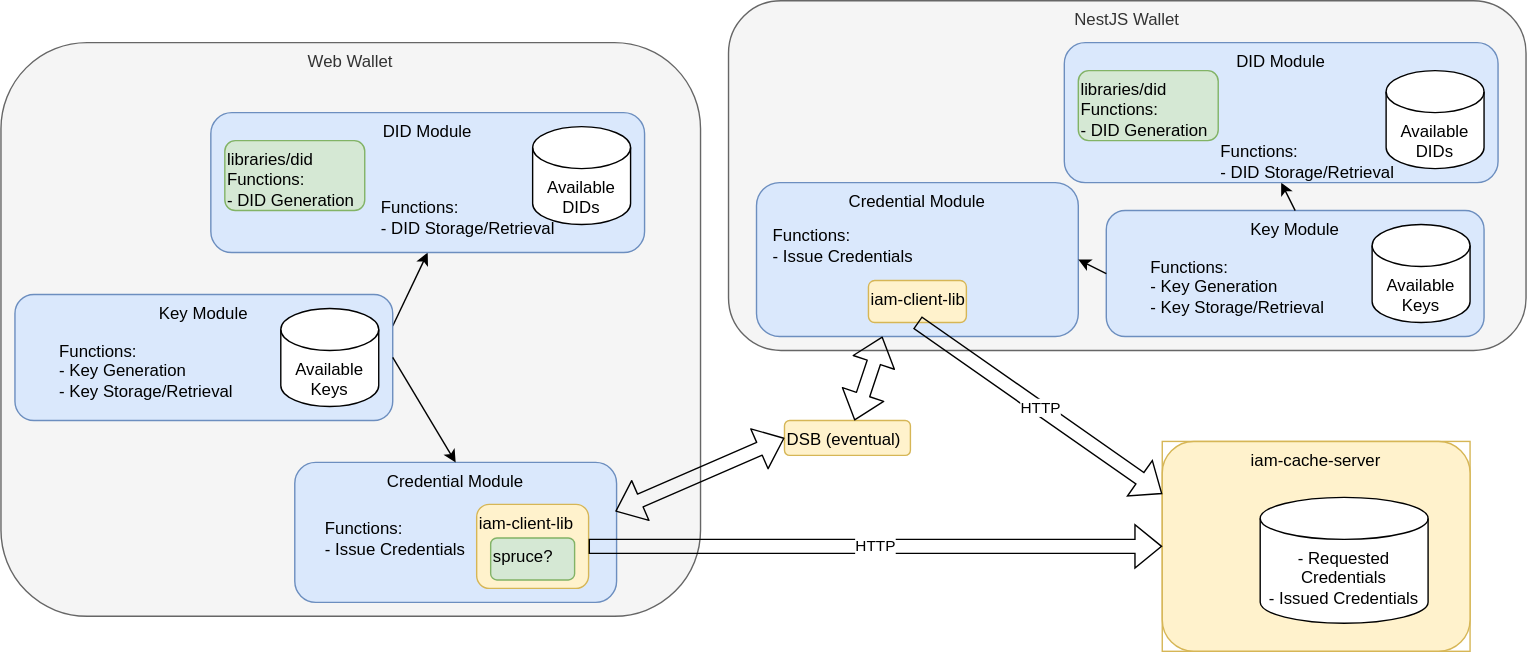
Earlier version of the draw.io export ssi-wallet-architecture.drawio.svg (openwallet-foundation-labs/vc-api). Source tidied: cells renumbered, new cells last; positions are measured from the earlier drawing's top-left corner, leaving out a move shared by most shapes.
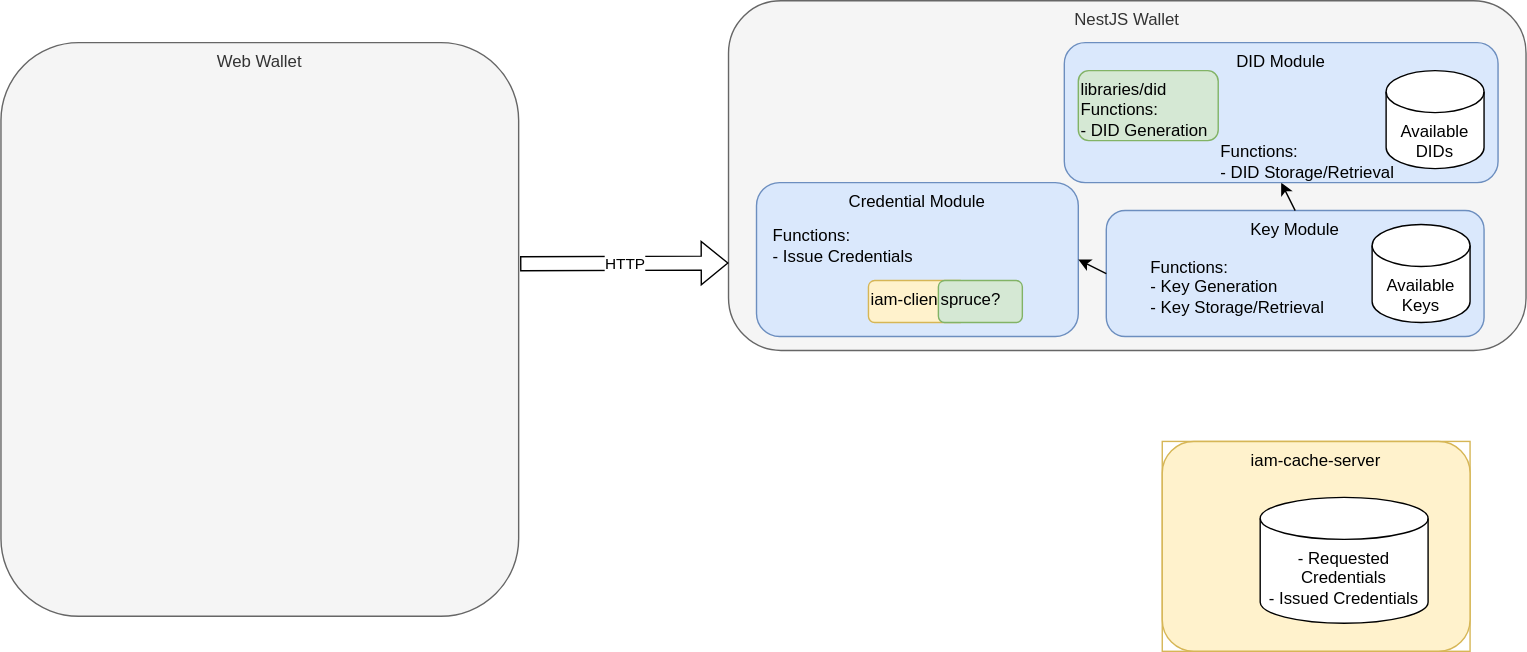
The same diagram one commit later.

Commit message:
docs(README): change arch diagram so that web is only thin layer

The edit, as a diff of the source:
```diff
@@ -33,59 +33,16 @@
       <mxGeometry x="550" y="150" width="150" height="50" as="geometry" />
     </mxCell>
     <mxCell id="12" value="Web Wallet" style="rounded=1;whiteSpace=wrap;html=1;verticalAlign=top;fillColor=#f5f5f5;fontColor=#333333;strokeColor=#666666;" parent="1" vertex="1">
-      <mxGeometry y="30" width="500" height="410" as="geometry" />
+      <mxGeometry y="30" width="370" height="410" as="geometry" />
     </mxCell>
-    <mxCell id="13" style="endArrow=classic;html=1;rounded=0;entryX=0.5;entryY=1;entryDx=0;entryDy=0;exitX=1;exitY=0.25;exitDx=0;exitDy=0;" parent="1" edge="1" source="22" target="17">
-      <mxGeometry relative="1" as="geometry" />
-    </mxCell>
-    <mxCell id="14" value="Credential Module" style="rounded=1;whiteSpace=wrap;html=1;verticalAlign=top;fillColor=#dae8fc;strokeColor=#6c8ebf;" parent="1" vertex="1">
-      <mxGeometry x="210" y="330" width="230" height="100" as="geometry" />
-    </mxCell>
-    <mxCell id="15" value="Functions:&lt;br&gt;- Issue Credentials" style="text;html=1;strokeColor=none;fillColor=none;align=left;verticalAlign=middle;whiteSpace=wrap;rounded=0;" parent="1" vertex="1">
-      <mxGeometry x="230" y="360" width="130" height="50" as="geometry" />
-    </mxCell>
-    <mxCell id="16" style="group;" parent="1" vertex="1">
-      <mxGeometry x="190" y="80" width="270" height="100" as="geometry" />
-    </mxCell>
-    <mxCell id="17" value="DID Module" style="rounded=1;whiteSpace=wrap;html=1;verticalAlign=top;fillColor=#dae8fc;strokeColor=#6c8ebf;" parent="16" vertex="1">
-      <mxGeometry x="-40" width="310" height="100" as="geometry" />
-    </mxCell>
-    <mxCell id="18" value="Available DIDs" style="shape=cylinder3;whiteSpace=wrap;html=1;boundedLbl=1;backgroundOutline=1;size=15;verticalAlign=top;" parent="16" vertex="1">
-      <mxGeometry x="190" y="10" width="70" height="70" as="geometry" />
-    </mxCell>
-    <mxCell id="19" value="libraries/did&lt;br&gt;Functions:&lt;br&gt;- DID Generation" style="rounded=1;whiteSpace=wrap;html=1;align=left;verticalAlign=top;fillColor=#d5e8d4;strokeColor=#82b366;" parent="16" vertex="1">
-      <mxGeometry x="-30" y="20" width="100" height="50" as="geometry" />
-    </mxCell>
-    <mxCell id="20" value="Functions:&lt;br&gt;- DID Storage/Retrieval" style="text;html=1;strokeColor=none;fillColor=none;align=left;verticalAlign=middle;whiteSpace=wrap;rounded=0;" parent="16" vertex="1">
-      <mxGeometry x="80" y="50" width="130" height="50" as="geometry" />
-    </mxCell>
-    <mxCell id="21" style="group;" parent="1" vertex="1">
-      <mxGeometry x="10" y="210" width="270" height="90" as="geometry" />
-    </mxCell>
-    <mxCell id="22" value="Key Module" style="rounded=1;whiteSpace=wrap;html=1;verticalAlign=top;fillColor=#dae8fc;strokeColor=#6c8ebf;" parent="21" vertex="1">
-      <mxGeometry width="270" height="90" as="geometry" />
-    </mxCell>
-    <mxCell id="23" value="Available Keys" style="shape=cylinder3;whiteSpace=wrap;html=1;boundedLbl=1;backgroundOutline=1;size=15;verticalAlign=top;" parent="21" vertex="1">
-      <mxGeometry x="190" y="10" width="70" height="70" as="geometry" />
-    </mxCell>
-    <mxCell id="24" value="Functions:&lt;br&gt;- Key Generation&lt;br&gt;- Key Storage/Retrieval" style="text;html=1;strokeColor=none;fillColor=none;align=left;verticalAlign=middle;whiteSpace=wrap;rounded=0;" parent="21" vertex="1">
-      <mxGeometry x="30" y="30" width="130" height="50" as="geometry" />
-    </mxCell>
     <mxCell id="25" value="iam-client-lib" style="rounded=1;whiteSpace=wrap;html=1;align=left;verticalAlign=top;fillColor=#fff2cc;strokeColor=#d6b656;" parent="1" vertex="1">
       <mxGeometry x="620" y="200" width="70" height="30" as="geometry" />
     </mxCell>
-    <mxCell id="26" value="HTTP" style="shape=flexArrow;endArrow=classic;html=1;rounded=0;entryX=0;entryY=0.25;entryDx=0;entryDy=0;exitX=0.5;exitY=1;exitDx=0;exitDy=0;" parent="1" edge="1" source="25" target="4">
-      <mxGeometry relative="1" as="geometry" />
+    <mxCell id="26" value="HTTP" style="shape=flexArrow;endArrow=classic;html=1;rounded=0;entryX=0;entryY=0.75;entryDx=0;entryDy=0;" parent="1" edge="1" target="2">
+      <mxGeometry relative="1" as="geometry">
+        <mxPoint x="371" y="188" as="sourcePoint" />
+      </mxGeometry>
     </mxCell>
-    <mxCell id="27" value="iam-client-lib" style="rounded=1;whiteSpace=wrap;html=1;align=left;verticalAlign=top;fillColor=#fff2cc;strokeColor=#d6b656;" parent="1" vertex="1">
-      <mxGeometry x="340" y="360" width="80" height="60" as="geometry" />
-    </mxCell>
-    <mxCell id="28" value="HTTP" style="shape=flexArrow;endArrow=classic;html=1;rounded=0;entryX=0;entryY=0.5;entryDx=0;entryDy=0;exitX=1;exitY=0.5;exitDx=0;exitDy=0;" parent="1" edge="1" source="27" target="4">
-      <mxGeometry relative="1" as="geometry" />
-    </mxCell>
-    <mxCell id="29" style="endArrow=classic;html=1;rounded=0;entryX=0.5;entryY=0;entryDx=0;entryDy=0;exitX=1;exitY=0.5;exitDx=0;exitDy=0;" parent="1" edge="1" source="22" target="14">
-      <mxGeometry relative="1" as="geometry" />
-    </mxCell>
     <mxCell id="30" value="DID Module" style="rounded=1;whiteSpace=wrap;html=1;verticalAlign=top;fillColor=#dae8fc;strokeColor=#6c8ebf;" parent="1" vertex="1">
       <mxGeometry x="760" y="30" width="310" height="100" as="geometry" />
     </mxCell>
@@ -102,19 +59,7 @@
       <mxGeometry x="870" y="90" width="130" height="50" as="geometry" />
     </mxCell>
     <mxCell id="35" value="spruce?" style="rounded=1;whiteSpace=wrap;html=1;align=left;verticalAlign=top;fillColor=#d5e8d4;strokeColor=#82b366;" parent="1" vertex="1">
-      <mxGeometry x="350" y="384" width="60" height="30" as="geometry" />
+      <mxGeometry x="670" y="200" width="60" height="30" as="geometry" />
     </mxCell>
-    <mxCell id="36" value="DSB (eventual)" style="rounded=1;whiteSpace=wrap;html=1;align=left;verticalAlign=top;fillColor=#fff2cc;strokeColor=#d6b656;" parent="1" vertex="1">
-      <mxGeometry x="560" y="300" width="90" height="25" as="geometry" />
-    </mxCell>
-    <mxCell id="37" style="shape=flexArrow;endArrow=classic;startArrow=classic;html=1;" parent="1" edge="1">
-      <mxGeometry relative="1" as="geometry">
-        <mxPoint x="610" y="300" as="sourcePoint" />
-        <mxPoint x="630" y="240" as="targetPoint" />
-      </mxGeometry>
-    </mxCell>
-    <mxCell id="38" style="shape=flexArrow;endArrow=classic;startArrow=classic;html=1;entryX=0;entryY=0.5;entryDx=0;entryDy=0;exitX=0.996;exitY=0.35;exitDx=0;exitDy=0;exitPerimeter=0;" parent="1" edge="1" source="14" target="36">
-      <mxGeometry relative="1" as="geometry" />
-    </mxCell>
   </root>
 </mxGraphModel>
```
